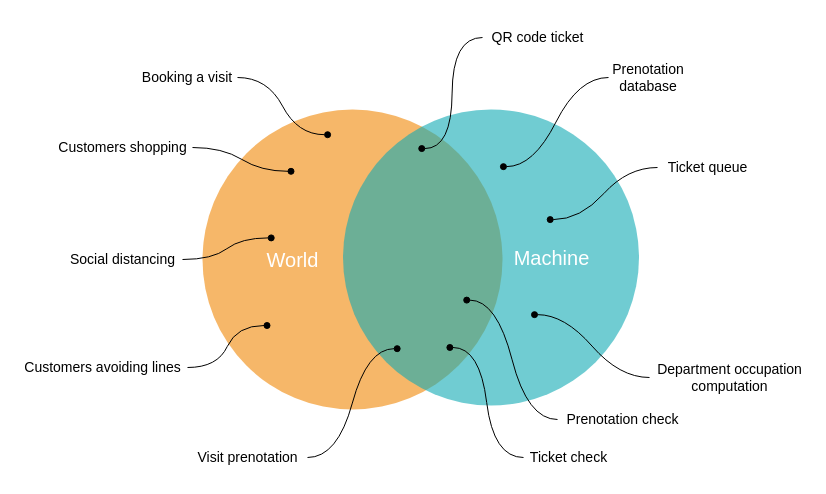
Before: RASD/Images/world-machine.drawio in imDema/DeMartiniDuico-sw2, a draw.io diagram. Source tidied: cells renumbered, new cells numbered last; positions are measured from the earlier drawing's top-left corner, leaving out a move shared by most shapes. Both pictures are drawn from the tidied source at 100%, with x=0, y=0 at pixel (17, 27).
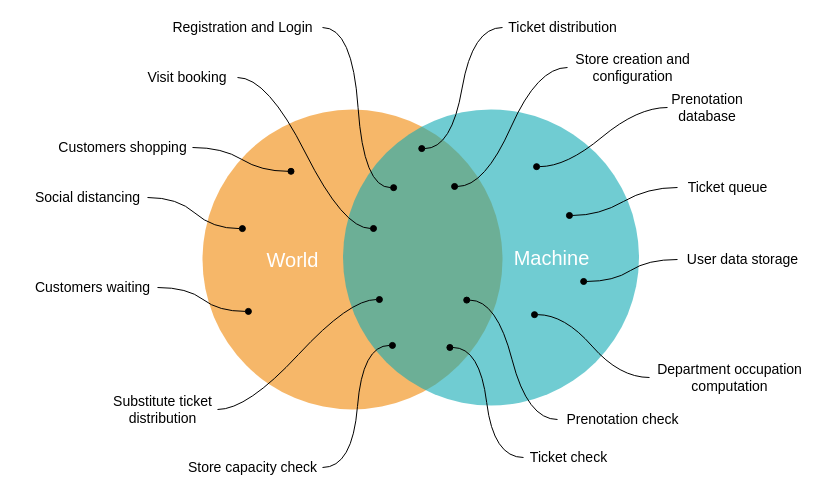
After the change.

Commit message (it also covers changes not shown here):
Add Scope (world machine)

The change refers to these unchanged cells:
```xml
<mxCell id="2" value="&lt;font style=&quot;font-size: 20px&quot;&gt;World&lt;/font&gt;" style="ellipse;fillColor=#F08705;opacity=60;strokeColor=none;html=1;fontColor=#FFFFFF;spacingRight=120;" parent="1" vertex="1">
  <mxGeometry x="185" y="82" width="300" height="300" as="geometry" />
</mxCell>
<mxCell id="3" value="&lt;font style=&quot;font-size: 20px&quot;&gt;Machine&lt;/font&gt;" style="ellipse;fillColor=#12AAB5;opacity=60;strokeColor=none;html=1;fontColor=#FFFFFF;spacingLeft=120;" parent="1" vertex="1">
  <mxGeometry x="325.5" y="82" width="296" height="296" as="geometry" />
</mxCell>
```

Change to the diagram source:
```diff
@@
-    <mxCell id="4" style="edgeStyle=entityRelationEdgeStyle;jettySize=auto;html=1;elbow=vertical;endArrow=oval;endFill=1;entryX=0.542;entryY=0.193;entryDx=0;entryDy=0;entryPerimeter=0;curved=1;" parent="1" edge="1" source="5" target="3">
+    <mxCell id="4" style="edgeStyle=entityRelationEdgeStyle;jettySize=auto;html=1;elbow=vertical;endArrow=oval;endFill=1;entryX=0.654;entryY=0.193;entryDx=0;entryDy=0;entryPerimeter=0;curved=1;" parent="1" edge="1" source="5" target="3">
       <mxGeometry x="805" y="60" as="geometry" />
     </mxCell>
     <mxCell id="5" value="Prenotation database" style="text;html=1;strokeColor=none;fillColor=none;align=center;verticalAlign=middle;whiteSpace=wrap;rounded=0;fontSize=14;" parent="1" vertex="1">
-      <mxGeometry x="591" y="30" width="80" height="40" as="geometry" />
+      <mxGeometry x="650" y="60" width="80" height="40" as="geometry" />
     </mxCell>
-    <mxCell id="6" style="edgeStyle=entityRelationEdgeStyle;jettySize=auto;html=1;entryX=0.417;entryY=0.084;entryDx=0;entryDy=0;entryPerimeter=0;endArrow=oval;endFill=1;curved=1;" parent="1" edge="1" source="7" target="2">
+    <mxCell id="6" style="edgeStyle=entityRelationEdgeStyle;jettySize=auto;html=1;entryX=0.103;entryY=0.402;entryDx=0;entryDy=0;entryPerimeter=0;endArrow=oval;endFill=1;curved=1;" parent="1" edge="1" source="7" target="3">
       <mxGeometry relative="1" as="geometry" />
     </mxCell>
-    <mxCell id="7" value="Booking a visit" style="text;html=1;strokeColor=none;fillColor=none;align=center;verticalAlign=middle;whiteSpace=wrap;rounded=0;fontSize=14;" parent="1" vertex="1">
+    <mxCell id="7" value="Visit booking" style="text;html=1;strokeColor=none;fillColor=none;align=center;verticalAlign=middle;whiteSpace=wrap;rounded=0;fontSize=14;" parent="1" vertex="1">
       <mxGeometry x="120" y="30" width="100" height="40" as="geometry" />
     </mxCell>
@@
-    <mxCell id="10" style="edgeStyle=entityRelationEdgeStyle;curved=1;jettySize=auto;html=1;entryX=0.229;entryY=0.428;entryDx=0;entryDy=0;entryPerimeter=0;endArrow=oval;endFill=1;" parent="1" edge="1" source="11" target="2">
+    <mxCell id="10" style="edgeStyle=entityRelationEdgeStyle;curved=1;jettySize=auto;html=1;entryX=0.133;entryY=0.397;entryDx=0;entryDy=0;entryPerimeter=0;endArrow=oval;endFill=1;" parent="1" edge="1" source="11" target="2">
       <mxGeometry relative="1" as="geometry" />
     </mxCell>
     <mxCell id="11" value="Social distancing" style="text;html=1;align=center;verticalAlign=middle;points=[];fontSize=14;" parent="1" vertex="1">
-      <mxGeometry x="45" y="222" width="120" height="20" as="geometry" />
+      <mxGeometry x="10" y="160" width="120" height="20" as="geometry" />
     </mxCell>
@@
-    <mxCell id="13" value="QR code ticket" style="text;html=1;align=center;verticalAlign=middle;points=[];fontSize=14;" parent="1" vertex="1">
-      <mxGeometry x="465" width="110" height="20" as="geometry" />
+    <mxCell id="13" value="Ticket distribution" style="text;html=1;align=center;verticalAlign=middle;points=[];fontSize=14;" parent="1" vertex="1">
+      <mxGeometry x="485" y="-10" width="120" height="20" as="geometry" />
     </mxCell>
-    <mxCell id="14" style="edgeStyle=entityRelationEdgeStyle;curved=1;jettySize=auto;html=1;entryX=0.215;entryY=0.72;entryDx=0;entryDy=0;entryPerimeter=0;endArrow=oval;endFill=1;" parent="1" edge="1" source="15" target="2">
+    <mxCell id="14" style="edgeStyle=entityRelationEdgeStyle;curved=1;jettySize=auto;html=1;entryX=0.153;entryY=0.673;entryDx=0;entryDy=0;entryPerimeter=0;endArrow=oval;endFill=1;" parent="1" edge="1" source="15" target="2">
       <mxGeometry relative="1" as="geometry" />
     </mxCell>
-    <mxCell id="15" value="Customers avoiding lines" style="text;html=1;align=center;verticalAlign=middle;points=[];fontSize=14;" parent="1" vertex="1">
-      <mxGeometry y="330" width="170" height="20" as="geometry" />
+    <mxCell id="15" value="Customers waiting" style="text;html=1;align=center;verticalAlign=middle;points=[];fontSize=14;" parent="1" vertex="1">
+      <mxGeometry x="10" y="250" width="130" height="20" as="geometry" />
     </mxCell>
-    <mxCell id="16" style="edgeStyle=entityRelationEdgeStyle;curved=1;jettySize=auto;html=1;entryX=0.183;entryY=0.808;entryDx=0;entryDy=0;entryPerimeter=0;endArrow=oval;endFill=1;" parent="1" edge="1" source="17" target="3">
-      <mxGeometry relative="1" as="geometry" />
-    </mxCell>
-    <mxCell id="17" value="Visit prenotation" style="text;html=1;align=center;verticalAlign=middle;points=[];fontSize=14;" parent="1" vertex="1">
-      <mxGeometry x="170" y="420" width="120" height="20" as="geometry" />
-    </mxCell>
-    <mxCell id="18" style="edgeStyle=entityRelationEdgeStyle;curved=1;jettySize=auto;html=1;entryX=0.7;entryY=0.372;entryDx=0;entryDy=0;entryPerimeter=0;endArrow=oval;endFill=1;" parent="1" edge="1" source="19" target="3">
+    <mxCell id="18" style="edgeStyle=entityRelationEdgeStyle;curved=1;jettySize=auto;html=1;entryX=0.765;entryY=0.358;entryDx=0;entryDy=0;entryPerimeter=0;endArrow=oval;endFill=1;" parent="1" edge="1" source="19" target="3">
       <mxGeometry relative="1" as="geometry" />
     </mxCell>
     <mxCell id="19" value="Ticket queue" style="text;html=1;align=center;verticalAlign=middle;points=[];fontSize=14;" parent="1" vertex="1">
-      <mxGeometry x="640" y="130" width="100" height="20" as="geometry" />
+      <mxGeometry x="660" y="150" width="100" height="20" as="geometry" />
     </mxCell>
@@
+    <mxCell id="26" style="edgeStyle=entityRelationEdgeStyle;curved=1;jettySize=auto;html=1;entryX=0.167;entryY=0.797;entryDx=0;entryDy=0;entryPerimeter=0;endArrow=oval;endFill=1;fontSize=14;" parent="1" edge="1" source="27" target="3">
+      <mxGeometry relative="1" as="geometry" />
+    </mxCell>
+    <mxCell id="27" value="Store capacity check" style="text;html=1;align=center;verticalAlign=middle;points=[];fontSize=14;" parent="1" vertex="1">
+      <mxGeometry x="165" y="430" width="140" height="20" as="geometry" />
+    </mxCell>
+    <mxCell id="28" style="edgeStyle=entityRelationEdgeStyle;curved=1;jettySize=auto;html=1;entryX=0.813;entryY=0.581;entryDx=0;entryDy=0;entryPerimeter=0;endArrow=oval;endFill=1;fontSize=14;" parent="1" edge="1" source="29" target="3">
+      <mxGeometry relative="1" as="geometry" />
+    </mxCell>
+    <mxCell id="29" value="User data storage" style="text;html=1;align=center;verticalAlign=middle;points=[];fontSize=14;" parent="1" vertex="1">
+      <mxGeometry x="660" y="222" width="130" height="20" as="geometry" />
+    </mxCell>
+    <mxCell id="30" style="edgeStyle=entityRelationEdgeStyle;curved=1;jettySize=auto;html=1;entryX=0.171;entryY=0.264;entryDx=0;entryDy=0;entryPerimeter=0;endArrow=oval;endFill=1;fontSize=14;" parent="1" edge="1" source="31" target="3">
+      <mxGeometry relative="1" as="geometry" />
+    </mxCell>
+    <mxCell id="31" value="Registration and Login" style="text;html=1;align=center;verticalAlign=middle;points=[];fontSize=14;" parent="1" vertex="1">
+      <mxGeometry x="145" y="-10" width="160" height="20" as="geometry" />
+    </mxCell>
+    <mxCell id="32" style="edgeStyle=entityRelationEdgeStyle;curved=1;jettySize=auto;html=1;entryX=0.123;entryY=0.642;entryDx=0;entryDy=0;entryPerimeter=0;endArrow=oval;endFill=1;fontSize=14;" parent="1" edge="1" source="33" target="3">
+      <mxGeometry relative="1" as="geometry" />
+    </mxCell>
+    <mxCell id="33" value="Substitute ticket&lt;br&gt;distribution" style="text;html=1;align=center;verticalAlign=middle;points=[];fontSize=14;" parent="1" vertex="1">
+      <mxGeometry x="90" y="362" width="110" height="40" as="geometry" />
+    </mxCell>
+    <mxCell id="34" style="edgeStyle=entityRelationEdgeStyle;curved=1;jettySize=auto;html=1;entryX=0.377;entryY=0.26;entryDx=0;entryDy=0;entryPerimeter=0;endArrow=oval;endFill=1;fontSize=14;" parent="1" edge="1" source="35" target="3">
+      <mxGeometry relative="1" as="geometry" />
+    </mxCell>
+    <mxCell id="35" value="Store creation and&lt;br&gt;configuration" style="text;html=1;align=center;verticalAlign=middle;points=[];fontSize=14;" parent="1" vertex="1">
+      <mxGeometry x="550" y="20" width="130" height="40" as="geometry" />
+    </mxCell>
```
